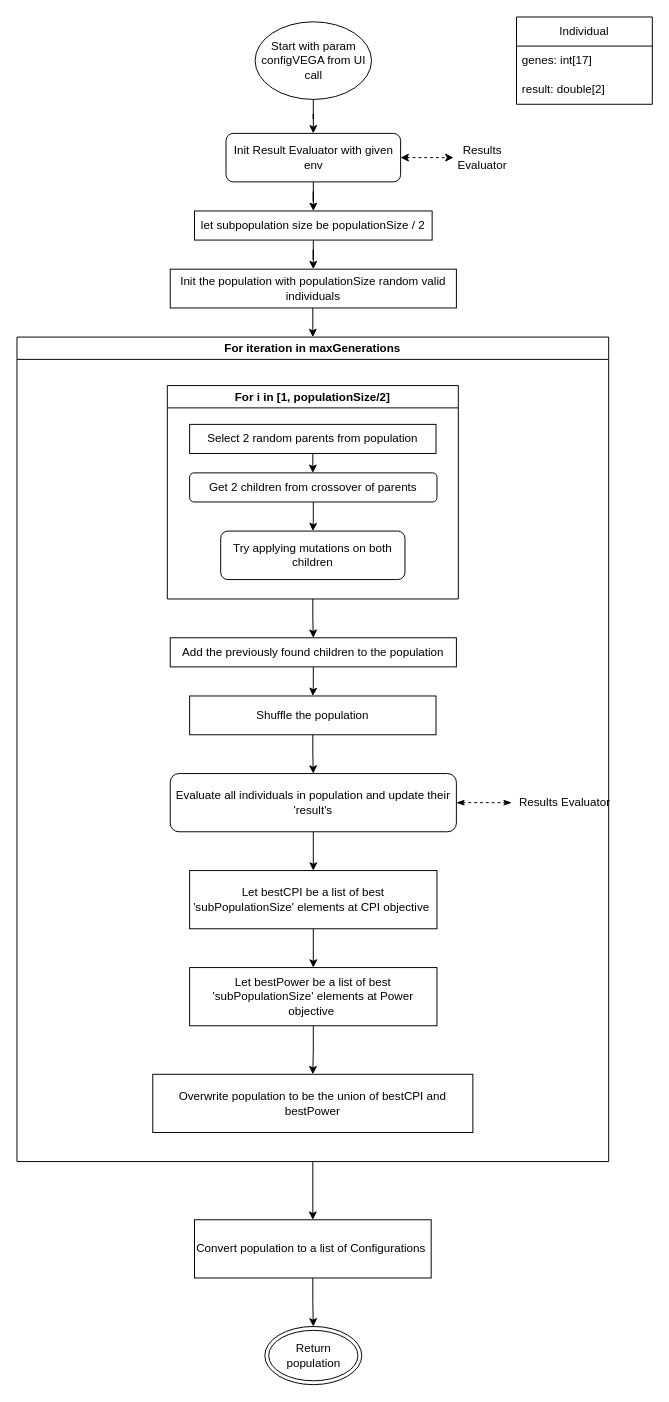
This is scheme/Orchestrator VEGA.drawio from R-a-d-u/PSATSimSimulation, a draw.io file, before an edit. Source tidied: cells renumbered, new cells numbered last; positions are measured from the earlier drawing's top-left corner, leaving out a move shared by most shapes. Both pictures are drawn from the tidied source at 97%, with x=0, y=0 at pixel (16, 16).
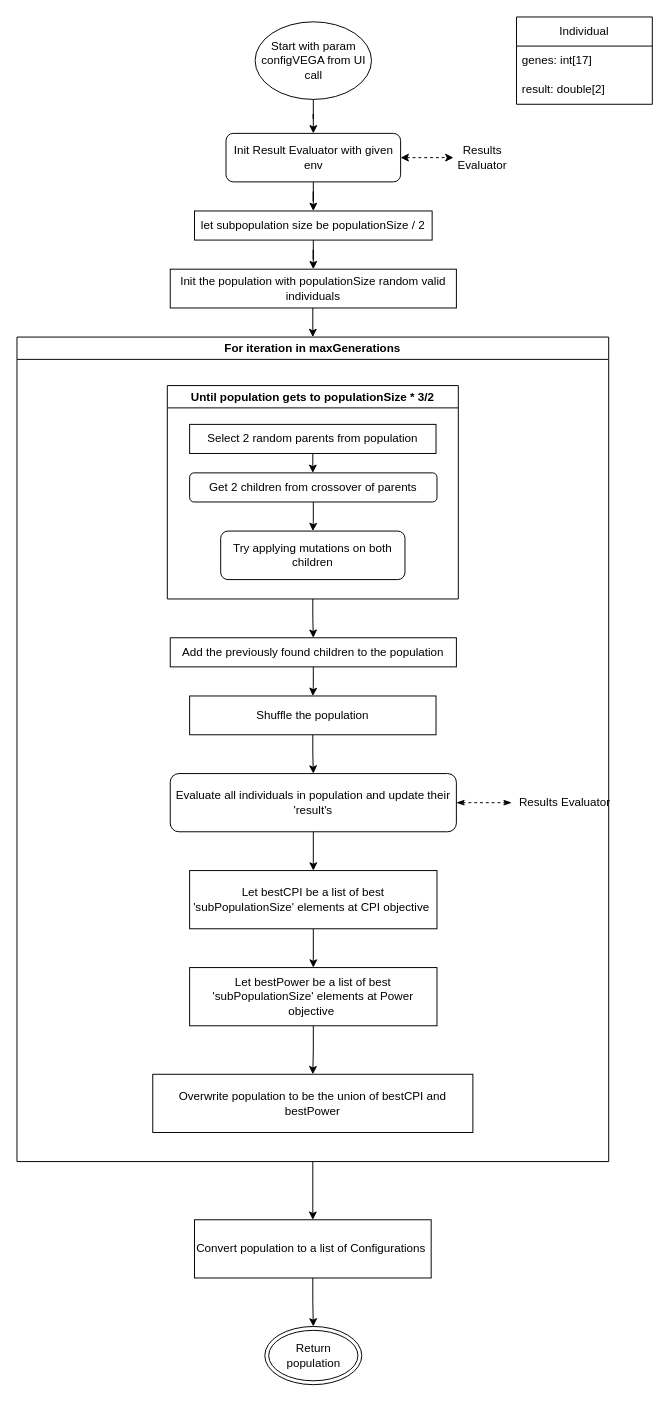
The same page after the edit.

Commit message (it also covers changes not shown here):
Added VEGA implemnentation

The edit, as a diff of the source:
```diff
@@
-    <mxCell id="10" value="For i in [1, populationSize/2]" style="swimlane;whiteSpace=wrap;html=1;" parent="1" vertex="1">
+    <mxCell id="10" value="Until population gets to populationSize * 3/2" style="swimlane;whiteSpace=wrap;html=1;" parent="1" vertex="1">
       <mxGeometry x="155" y="380" width="300" height="220" as="geometry" />
     </mxCell>
```
